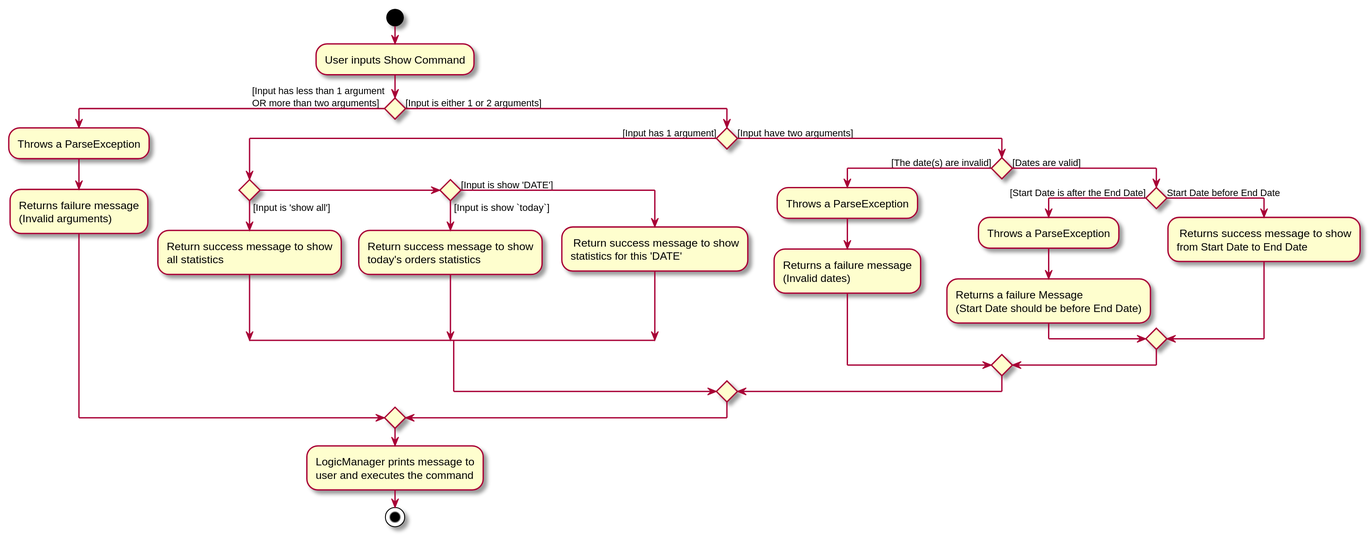
The PlantUML diagram docs/images/ShowCommandActivityDiagram.svg in nus-cs2103-AY1920S2/addressbook-level3, before a commit.
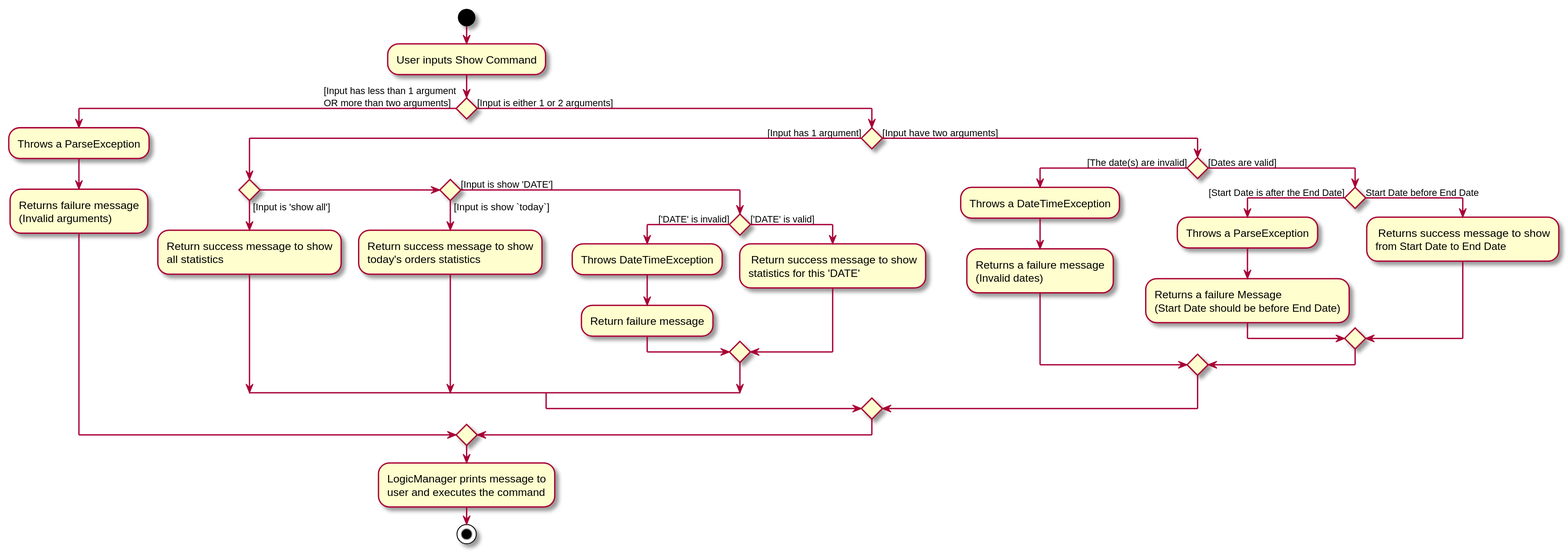
Later version of the same file.

Change to the diagram source:
```diff
@@ -16,12 +16,17 @@
             :Return success message to show
             today's orders statistics;
         else ([Input is show 'DATE'])
-            : Return success message to show
-            statistics for this 'DATE';
+            If() then (['DATE' is invalid])
+                :Throws DateTimeException;
+                :Return failure message;
+            else (['DATE' is valid])
+                : Return success message to show
+                statistics for this 'DATE';
+            endif
         endif
     else ([Input have two arguments])
         If () then ([The date(s) are invalid])
-            :Throws a ParseException;
+            :Throws a DateTimeException;
             :Returns a failure message
             (Invalid dates);
         else ([Dates are valid])
```
